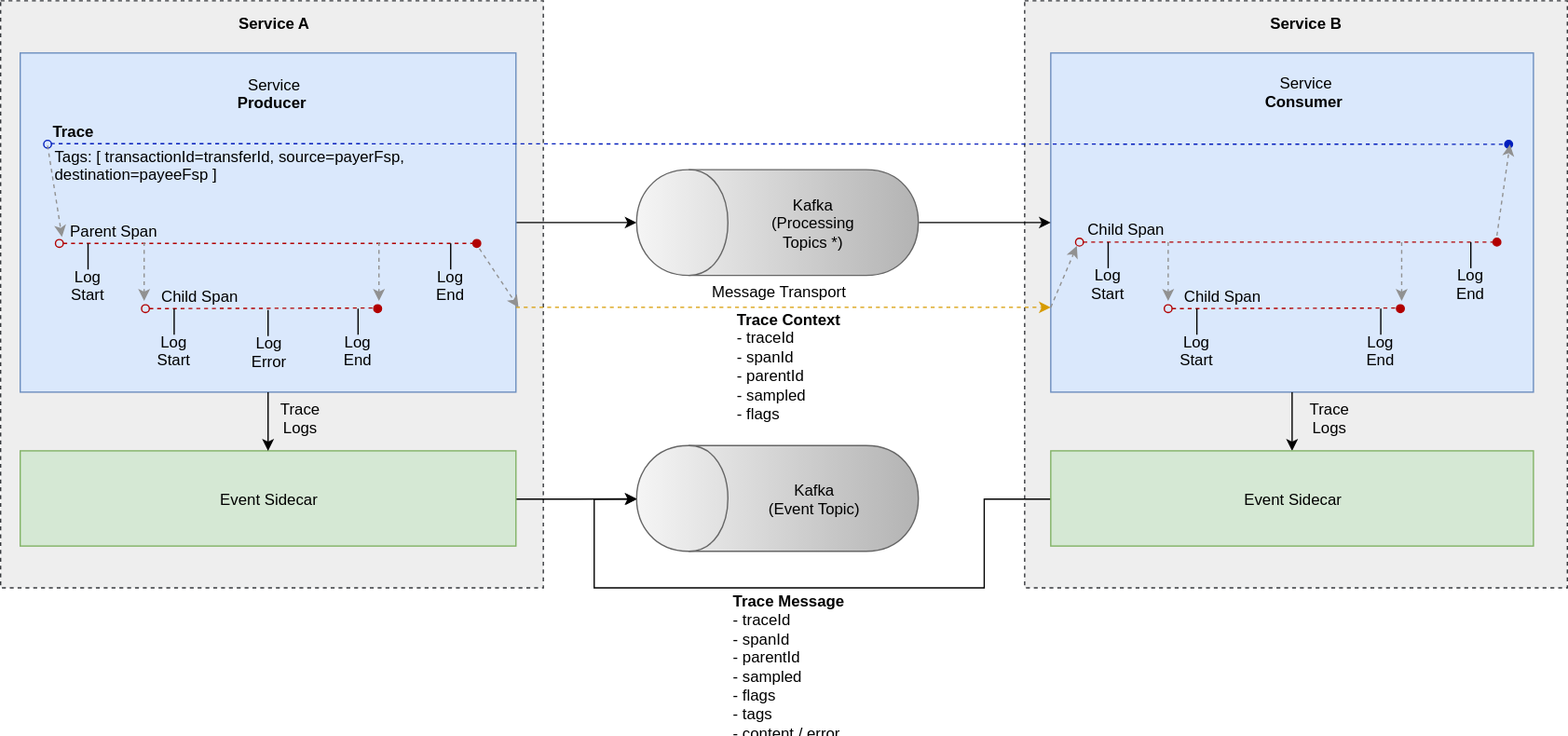
mojaloop/documentation keeps this draw.io diagram as mojaloop-technical-overview/event-framework/assets/diagrams/architecture/architecture-event-trace.svg. Above is the earlier version. Source tidied: cells renumbered, new cells last; positions are measured from the earlier drawing's top-left corner, leaving out a move shared by most shapes.
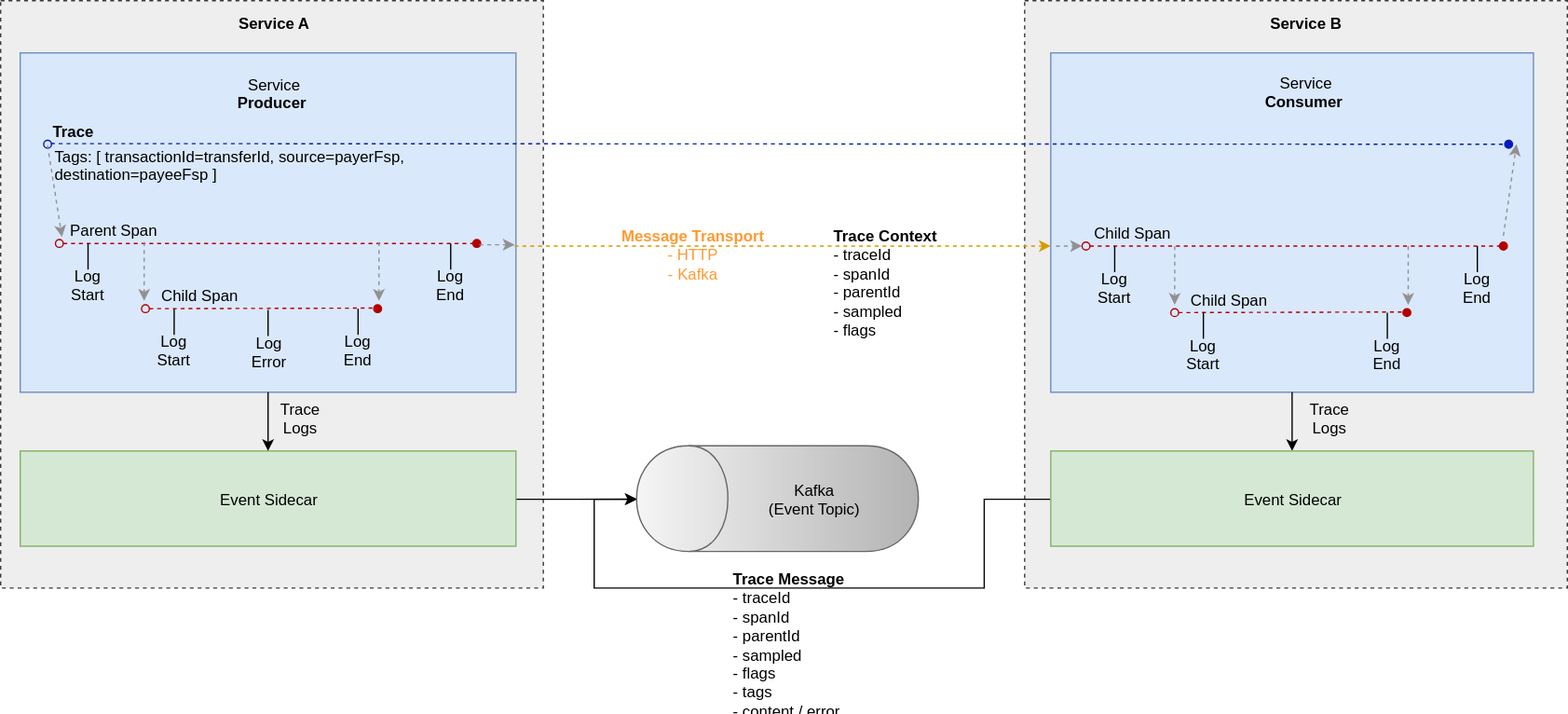
After the change.

Commit message:
updated trace design

Diff of the diagram source:
```diff
@@ -14,21 +14,9 @@
     <mxCell id="5" value="Service&lt;br&gt;&lt;b&gt;Consumer&lt;/b&gt;&amp;nbsp;" style="text;html=1;strokeColor=none;fillColor=none;align=center;verticalAlign=middle;whiteSpace=wrap;rounded=0;" parent="1" vertex="1">
       <mxGeometry x="935" y="60" width="130" height="20" as="geometry" />
     </mxCell>
-    <mxCell id="6" style="edgeStyle=orthogonalEdgeStyle;rounded=0;jettySize=auto;html=1;exitX=1;exitY=0.5;exitDx=0;exitDy=0;" parent="1" edge="1" source="7" target="9">
-      <mxGeometry relative="1" as="geometry" />
-    </mxCell>
     <mxCell id="7" style="rounded=0;whiteSpace=wrap;html=1;fillColor=#dae8fc;strokeColor=#6c8ebf;" parent="1" vertex="1">
       <mxGeometry x="15" y="40" width="380" height="260" as="geometry" />
     </mxCell>
-    <mxCell id="8" style="edgeStyle=orthogonalEdgeStyle;rounded=0;jettySize=auto;html=1;exitX=0.5;exitY=1;exitDx=0;exitDy=0;entryX=0;entryY=0.5;entryDx=0;entryDy=0;" parent="1" edge="1" source="9" target="3">
-      <mxGeometry relative="1" as="geometry" />
-    </mxCell>
-    <mxCell id="9" value="&lt;div style=&quot;text-align: center&quot;&gt;&lt;/div&gt;" style="shape=cylinder;whiteSpace=wrap;html=1;boundedLbl=1;backgroundOutline=1;rotation=-90;flipH=1;flipV=0;direction=east;fillColor=#f5f5f5;strokeColor=#666666;gradientColor=#b3b3b3;" parent="1" vertex="1">
-      <mxGeometry x="555" y="62" width="81" height="216" as="geometry" />
-    </mxCell>
-    <mxCell id="10" value="&lt;div&gt;&lt;/div&gt;Kafka&lt;br&gt;(Processing Topics *)&lt;br&gt;" style="text;html=1;strokeColor=none;fillColor=none;align=center;verticalAlign=middle;whiteSpace=wrap;rounded=0;" parent="1" vertex="1">
-      <mxGeometry x="573" y="159.5" width="100" height="21" as="geometry" />
-    </mxCell>
     <mxCell id="11" style="edgeStyle=orthogonalEdgeStyle;rounded=0;jettySize=auto;html=1;exitX=0.5;exitY=1;exitDx=0;exitDy=0;entryX=0.5;entryY=0;entryDx=0;entryDy=0;startArrow=none;startFill=0;endArrow=classic;endFill=1;" parent="1" edge="1" source="3" target="50">
       <mxGeometry relative="1" as="geometry" />
     </mxCell>
@@ -50,7 +38,7 @@
     <mxCell id="15" value="Trace" style="text;html=1;strokeColor=none;fillColor=none;align=center;verticalAlign=middle;whiteSpace=wrap;rounded=0;fontStyle=1;" parent="1" vertex="1">
       <mxGeometry x="35.5" y="90" width="40" height="20" as="geometry" />
     </mxCell>
-    <mxCell id="16" style="endArrow=classic;dashed=1;html=1;startArrow=none;startFill=0;endFill=1;entryX=0;entryY=0.75;entryDx=0;entryDy=0;exitX=1;exitY=0.75;exitDx=0;exitDy=0;fillColor=#ffcd28;strokeColor=#d79b00;gradientColor=#ffa500;" parent="1" edge="1" source="7" target="3">
+    <mxCell id="16" style="endArrow=classic;dashed=1;html=1;startArrow=none;startFill=0;endFill=1;entryX=0;entryY=0.569;entryDx=0;entryDy=0;exitX=0.997;exitY=0.569;exitDx=0;exitDy=0;fillColor=#ffcd28;strokeColor=#d79b00;gradientColor=#ffa500;entryPerimeter=0;exitPerimeter=0;" parent="1" edge="1" source="7" target="3">
       <mxGeometry relative="1" as="geometry" />
     </mxCell>
     <mxCell id="17" style="endArrow=none;html=1;" parent="1" edge="1">
@@ -73,30 +61,30 @@
     </mxCell>
     <mxCell id="21" style="endArrow=oval;dashed=1;html=1;startArrow=oval;startFill=0;endFill=1;fillColor=#e51400;strokeColor=#B20000;" parent="1" edge="1">
       <mxGeometry relative="1" as="geometry">
-        <mxPoint x="827" y="185" as="sourcePoint" />
-        <mxPoint x="1147" y="185" as="targetPoint" />
+        <mxPoint x="832" y="188" as="sourcePoint" />
+        <mxPoint x="1152" y="188" as="targetPoint" />
       </mxGeometry>
     </mxCell>
     <mxCell id="22" value="Child Span" style="text;html=1;strokeColor=none;fillColor=none;align=center;verticalAlign=middle;whiteSpace=wrap;rounded=0;" parent="1" vertex="1">
-      <mxGeometry x="829" y="165" width="66" height="20" as="geometry" />
+      <mxGeometry x="834" y="168" width="66" height="20" as="geometry" />
     </mxCell>
     <mxCell id="23" style="endArrow=none;html=1;" parent="1" edge="1">
       <mxGeometry relative="1" as="geometry">
-        <mxPoint x="849" y="205" as="sourcePoint" />
-        <mxPoint x="849" y="185" as="targetPoint" />
+        <mxPoint x="854" y="208" as="sourcePoint" />
+        <mxPoint x="854" y="188" as="targetPoint" />
       </mxGeometry>
     </mxCell>
     <mxCell id="24" value="Log&lt;br&gt;Start&lt;br&gt;" style="text;html=1;strokeColor=none;fillColor=none;align=center;verticalAlign=middle;whiteSpace=wrap;rounded=0;" parent="1" vertex="1">
-      <mxGeometry x="829" y="206.5" width="40" height="20" as="geometry" />
+      <mxGeometry x="834" y="209.5" width="40" height="20" as="geometry" />
     </mxCell>
     <mxCell id="25" style="endArrow=none;html=1;" parent="1" edge="1">
       <mxGeometry relative="1" as="geometry">
-        <mxPoint x="1127" y="205" as="sourcePoint" />
-        <mxPoint x="1127" y="185" as="targetPoint" />
+        <mxPoint x="1132" y="208" as="sourcePoint" />
+        <mxPoint x="1132" y="188" as="targetPoint" />
       </mxGeometry>
     </mxCell>
     <mxCell id="26" value="Log&lt;br&gt;End&lt;br&gt;" style="text;html=1;strokeColor=none;fillColor=none;align=center;verticalAlign=middle;whiteSpace=wrap;rounded=0;" parent="1" vertex="1">
-      <mxGeometry x="1107" y="206.5" width="40" height="20" as="geometry" />
+      <mxGeometry x="1112" y="209.5" width="40" height="20" as="geometry" />
     </mxCell>
     <mxCell id="27" style="endArrow=oval;dashed=1;html=1;startArrow=oval;startFill=0;endFill=1;fillColor=#e51400;strokeColor=#B20000;" parent="1" edge="1">
       <mxGeometry relative="1" as="geometry">
@@ -126,7 +114,7 @@
       <mxGeometry x="254" y="257.5" width="40" height="20" as="geometry" />
     </mxCell>
     <mxCell id="33" value="&lt;div style=&quot;text-align: justify&quot;&gt;&lt;span&gt;&lt;b&gt;Trace Context&lt;/b&gt;&lt;/span&gt;&lt;br&gt;&lt;span&gt;- traceId&lt;/span&gt;&lt;br&gt;&lt;span&gt;- spanId&lt;/span&gt;&lt;br&gt;&lt;span&gt;- parentId&lt;/span&gt;&lt;br&gt;&lt;/div&gt;&lt;div style=&quot;text-align: justify&quot;&gt;&lt;span&gt;- sampled&lt;/span&gt;&lt;/div&gt;&lt;div style=&quot;text-align: justify&quot;&gt;&lt;span&gt;- flags&lt;/span&gt;&lt;/div&gt;" style="text;html=1;strokeColor=none;fillColor=none;align=center;verticalAlign=middle;whiteSpace=wrap;rounded=0;" parent="1" vertex="1">
-      <mxGeometry x="562" y="266.5" width="83" height="25" as="geometry" />
+      <mxGeometry x="636" y="202.5" width="83" height="25" as="geometry" />
     </mxCell>
     <mxCell id="34" value="Service&lt;br&gt;&lt;b&gt;Producer&lt;/b&gt;&amp;nbsp;" style="text;html=1;strokeColor=none;fillColor=none;align=center;verticalAlign=middle;whiteSpace=wrap;rounded=0;" parent="1" vertex="1">
       <mxGeometry x="144" y="61" width="130" height="20" as="geometry" />
@@ -136,33 +124,33 @@
     </mxCell>
     <mxCell id="36" style="endArrow=oval;dashed=1;html=1;startArrow=oval;startFill=0;endFill=1;fillColor=#e51400;strokeColor=#B20000;" parent="1" edge="1">
       <mxGeometry relative="1" as="geometry">
-        <mxPoint x="895" y="236" as="sourcePoint" />
-        <mxPoint x="1073" y="235.5" as="targetPoint" />
+        <mxPoint x="900" y="239" as="sourcePoint" />
+        <mxPoint x="1078" y="238.5" as="targetPoint" />
       </mxGeometry>
     </mxCell>
     <mxCell id="37" value="Child Span" style="text;html=1;strokeColor=none;fillColor=none;align=center;verticalAlign=middle;whiteSpace=wrap;rounded=0;" parent="1" vertex="1">
-      <mxGeometry x="897" y="216" width="78" height="20" as="geometry" />
+      <mxGeometry x="902" y="219" width="78" height="20" as="geometry" />
     </mxCell>
     <mxCell id="38" style="endArrow=none;html=1;" parent="1" edge="1">
       <mxGeometry relative="1" as="geometry">
-        <mxPoint x="917" y="256" as="sourcePoint" />
-        <mxPoint x="917" y="236" as="targetPoint" />
+        <mxPoint x="922" y="259" as="sourcePoint" />
+        <mxPoint x="922" y="239" as="targetPoint" />
       </mxGeometry>
     </mxCell>
     <mxCell id="39" value="Log&lt;br&gt;Start&lt;br&gt;" style="text;html=1;strokeColor=none;fillColor=none;align=center;verticalAlign=middle;whiteSpace=wrap;rounded=0;" parent="1" vertex="1">
-      <mxGeometry x="897" y="257.5" width="40" height="20" as="geometry" />
+      <mxGeometry x="902" y="260.5" width="40" height="20" as="geometry" />
     </mxCell>
     <mxCell id="40" style="endArrow=none;html=1;" parent="1" edge="1">
       <mxGeometry relative="1" as="geometry">
-        <mxPoint x="1058" y="256" as="sourcePoint" />
-        <mxPoint x="1058" y="236" as="targetPoint" />
+        <mxPoint x="1063" y="259" as="sourcePoint" />
+        <mxPoint x="1063" y="239" as="targetPoint" />
       </mxGeometry>
     </mxCell>
     <mxCell id="41" value="Log&lt;br&gt;End&lt;br&gt;" style="text;html=1;strokeColor=none;fillColor=none;align=center;verticalAlign=middle;whiteSpace=wrap;rounded=0;" parent="1" vertex="1">
-      <mxGeometry x="1038" y="257.5" width="40" height="20" as="geometry" />
+      <mxGeometry x="1043" y="260.5" width="40" height="20" as="geometry" />
     </mxCell>
-    <mxCell id="42" value="Message Transport" style="text;html=1;strokeColor=none;fillColor=none;align=center;verticalAlign=middle;whiteSpace=wrap;rounded=0;" parent="1" vertex="1">
-      <mxGeometry x="530.5" y="213" width="130" height="20" as="geometry" />
+    <mxCell id="42" value="Message Transport&lt;br&gt;&lt;span style=&quot;font-weight: normal&quot;&gt;- HTTP&lt;br&gt;- Kafka&lt;/span&gt;&lt;br&gt;" style="text;html=1;strokeColor=none;fillColor=none;align=center;verticalAlign=middle;whiteSpace=wrap;rounded=0;fontStyle=1;fontColor=#FF9933;" parent="1" vertex="1">
+      <mxGeometry x="465.5" y="184" width="130" height="20" as="geometry" />
     </mxCell>
     <mxCell id="43" style="endArrow=none;html=1;" parent="1" edge="1">
       <mxGeometry relative="1" as="geometry">
@@ -219,25 +207,28 @@
         <mxPoint x="290" y="230" as="targetPoint" />
       </mxGeometry>
     </mxCell>
-    <mxCell id="56" style="endArrow=classic;html=1;dashed=1;fillColor=#f5f5f5;strokeColor=#919191;" parent="1" edge="1">
+    <mxCell id="56" style="endArrow=classic;html=1;dashed=1;fillColor=#f5f5f5;strokeColor=#919191;entryX=0.997;entryY=0.577;entryDx=0;entryDy=0;entryPerimeter=0;" parent="1" edge="1">
       <mxGeometry relative="1" as="geometry">
-        <mxPoint x="367" y="190" as="sourcePoint" />
-        <mxPoint x="397" y="235" as="targetPoint" />
+        <mxPoint x="367" y="187" as="sourcePoint" />
+        <mxPoint x="394" y="187" as="targetPoint" />
       </mxGeometry>
     </mxCell>
-    <mxCell id="57" style="endArrow=classic;html=1;dashed=1;fillColor=#f5f5f5;strokeColor=#919191;entryX=-0.061;entryY=1.15;entryDx=0;entryDy=0;entryPerimeter=0;exitX=0;exitY=0.75;exitDx=0;exitDy=0;" parent="1" edge="1" source="3" target="22">
-      <mxGeometry relative="1" as="geometry" />
+    <mxCell id="57" style="endArrow=classic;html=1;dashed=1;fillColor=#f5f5f5;strokeColor=#919191;" parent="1" edge="1">
+      <mxGeometry relative="1" as="geometry">
+        <mxPoint x="809" y="188" as="sourcePoint" />
+        <mxPoint x="829" y="188" as="targetPoint" />
+      </mxGeometry>
     </mxCell>
     <mxCell id="58" style="endArrow=classic;html=1;dashed=1;fillColor=#f5f5f5;strokeColor=#919191;" parent="1" edge="1">
       <mxGeometry relative="1" as="geometry">
-        <mxPoint x="1074" y="185" as="sourcePoint" />
-        <mxPoint x="1074" y="230" as="targetPoint" />
+        <mxPoint x="1079" y="188" as="sourcePoint" />
+        <mxPoint x="1079" y="233" as="targetPoint" />
       </mxGeometry>
     </mxCell>
     <mxCell id="59" style="endArrow=classic;html=1;dashed=1;fillColor=#f5f5f5;strokeColor=#919191;" parent="1" edge="1">
       <mxGeometry relative="1" as="geometry">
-        <mxPoint x="895" y="185" as="sourcePoint" />
-        <mxPoint x="895" y="230" as="targetPoint" />
+        <mxPoint x="900" y="188" as="sourcePoint" />
+        <mxPoint x="900" y="233" as="targetPoint" />
       </mxGeometry>
     </mxCell>
     <mxCell id="60" style="endArrow=classic;html=1;dashed=1;fillColor=#f5f5f5;strokeColor=#919191;entryX=0;entryY=0.75;entryDx=0;entryDy=0;exitX=0.027;exitY=-0.25;exitDx=0;exitDy=0;exitPerimeter=0;" parent="1" edge="1" source="35" target="14">
@@ -245,8 +236,8 @@
     </mxCell>
     <mxCell id="61" style="endArrow=classic;html=1;dashed=1;fillColor=#f5f5f5;strokeColor=#919191;" parent="1" edge="1">
       <mxGeometry relative="1" as="geometry">
-        <mxPoint x="1147" y="180" as="sourcePoint" />
-        <mxPoint x="1157" y="110" as="targetPoint" />
+        <mxPoint x="1152" y="180" as="sourcePoint" />
+        <mxPoint x="1162" y="110" as="targetPoint" />
       </mxGeometry>
     </mxCell>
     <mxCell id="62" value="Service A" style="text;html=1;strokeColor=none;fillColor=none;align=center;verticalAlign=middle;whiteSpace=wrap;rounded=0;fontStyle=1;" parent="1" vertex="1">
@@ -256,7 +247,7 @@
       <mxGeometry x="935" y="7" width="130" height="20" as="geometry" />
     </mxCell>
     <mxCell id="64" value="&lt;div style=&quot;text-align: justify&quot;&gt;&lt;div&gt;&lt;b&gt;Trace Message&lt;/b&gt;&lt;br&gt;- traceId&lt;br&gt;- spanId&lt;br&gt;- parentId&lt;br&gt;&lt;/div&gt;&lt;div&gt;- sampled&lt;/div&gt;&lt;div&gt;- flags&lt;/div&gt;&lt;div&gt;- tags&lt;/div&gt;&lt;div&gt;- content / error&lt;/div&gt;&lt;/div&gt;" style="text;html=1;strokeColor=none;fillColor=none;align=center;verticalAlign=middle;whiteSpace=wrap;rounded=0;" parent="1" vertex="1">
-      <mxGeometry x="552" y="496" width="103" height="25" as="geometry" />
+      <mxGeometry x="552" y="479" width="103" height="25" as="geometry" />
     </mxCell>
   </root>
 </mxGraphModel>
```
